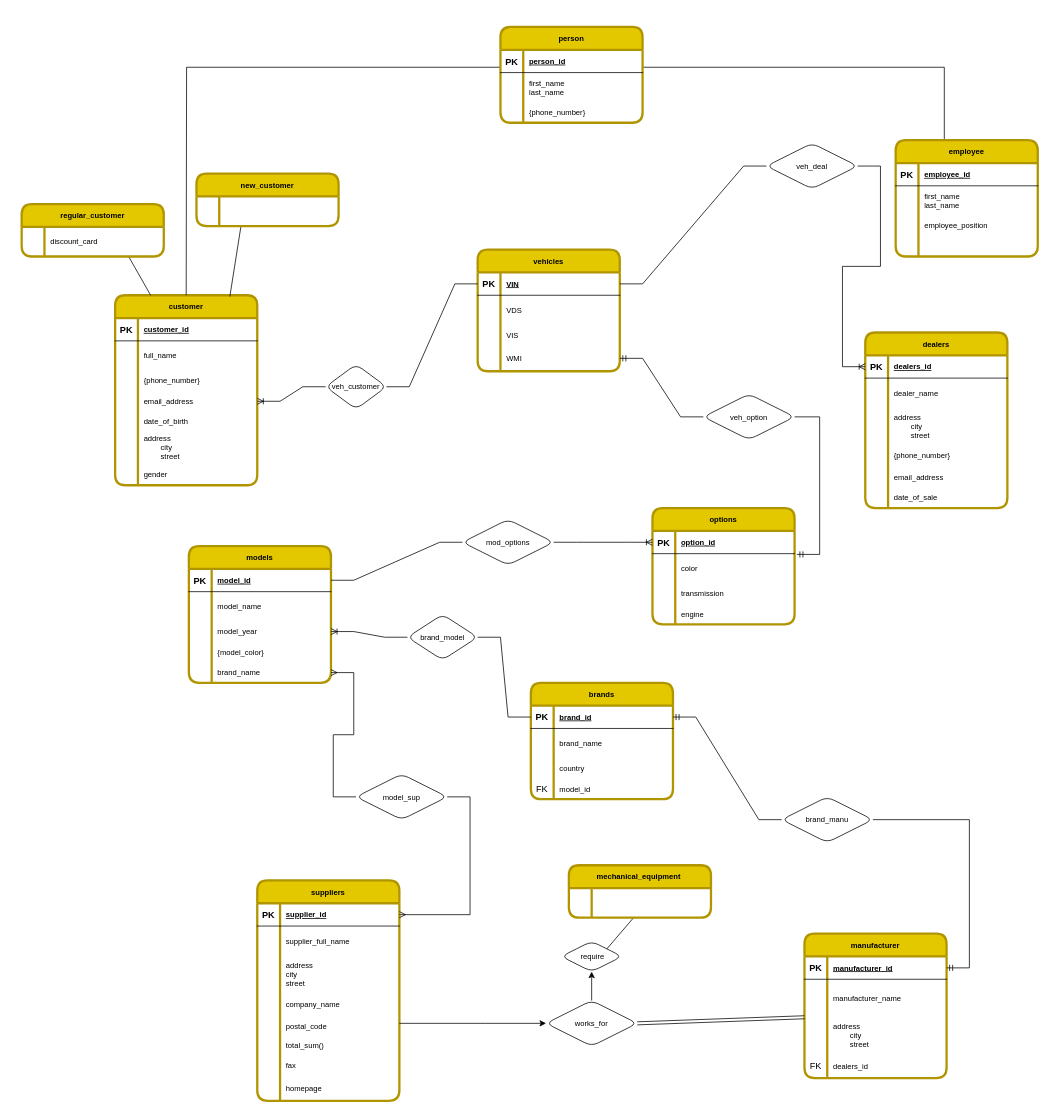
This is Untitled Diagram.drawio from ertaevaaiym1/DATABASES-2021, a draw.io file, before an edit. Source tidied: cells renumbered, new cells numbered last; positions are measured from the earlier drawing's top-left corner, leaving out a move shared by most shapes. Both pictures are drawn from the tidied source at 76%, with x=0, y=0 at pixel (21, 27).
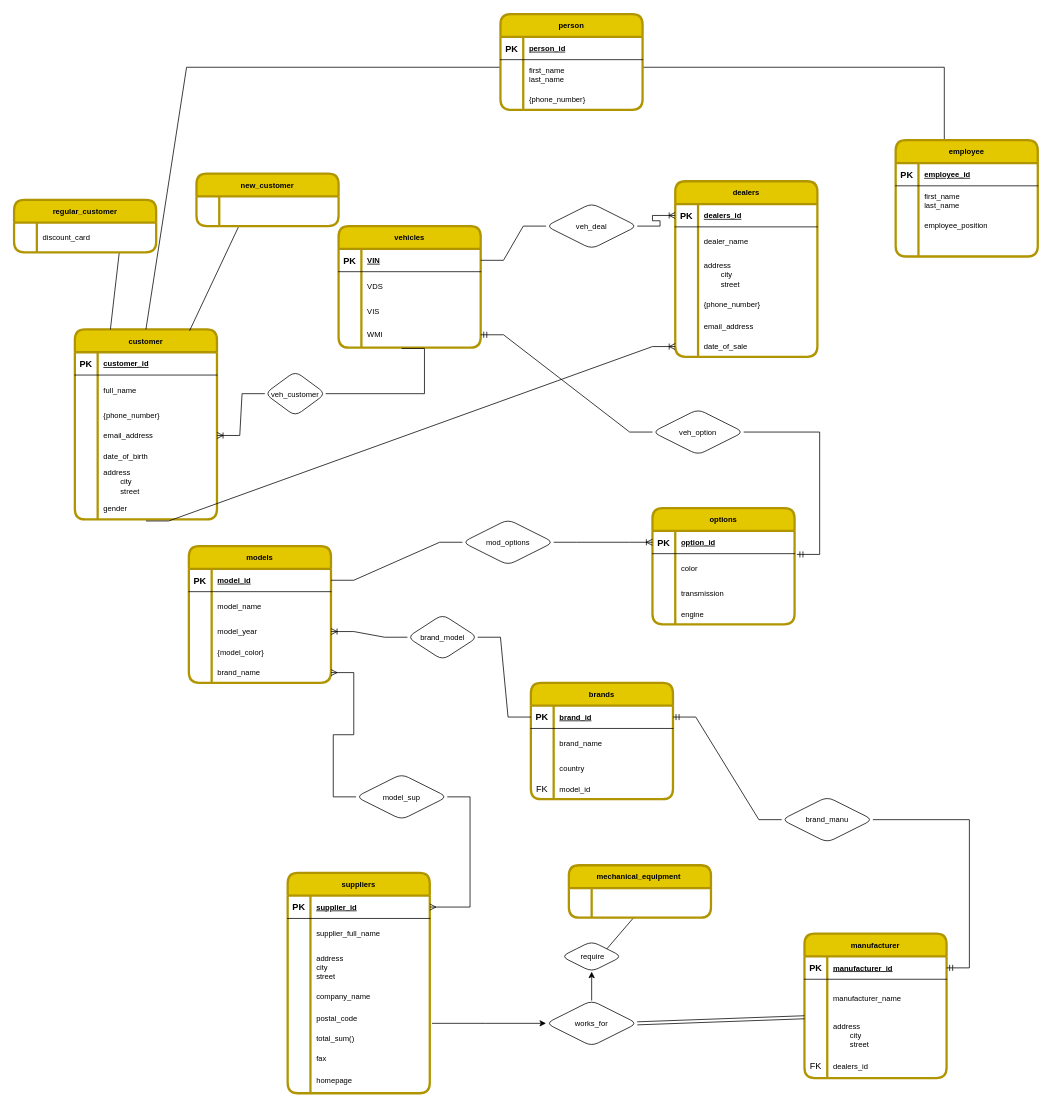
Above is the later version.

Unchanged cells that the change refers to:
```xml
<mxCell id="21" style="shape=partialRectangle;fillColor=none;points=[[0,0.5],[1,0.5]];portConstraint=eastwest;top=0;left=0;right=0;bottom=0;" parent="2" vertex="1">
  <mxGeometry y="221" width="187" height="29" as="geometry" />
</mxCell>
<mxCell id="25" style="shape=partialRectangle;fillColor=none;points=[[0,0.5],[1,0.5]];portConstraint=eastwest;top=0;left=0;right=0;bottom=1;" parent="24" vertex="1">
  <mxGeometry y="30" width="187" height="30" as="geometry" />
</mxCell>
<mxCell id="95" style="shape=partialRectangle;fillColor=none;points=[[0,0.5],[1,0.5]];portConstraint=eastwest;top=0;left=0;right=0;bottom=0;" parent="79" vertex="1">
  <mxGeometry y="204" width="187" height="27" as="geometry" />
</mxCell>
<mxCell id="136" value="works_for" style="shape=rhombus;perimeter=rhombusPerimeter;whiteSpace=wrap;html=1;align=center;rounded=1;shadow=0;labelBackgroundColor=none;sketch=0;fontSize=10;fontColor=default;strokeWidth=1;fillColor=none;gradientColor=none;rotation=0;" parent="1" vertex="1">
  <mxGeometry x="690" y="1281" width="120" height="60" as="geometry" />
</mxCell>
```

Diff of the diagram source:
```diff
@@
     <mxCell id="2" value="customer" style="shape=table;startSize=30;childLayout=tableLayout;rowLines=0;fontStyle=1;align=center;fillColor=#e3c800;strokeColor=#B09500;fontColor=default;strokeWidth=3;perimeterSpacing=0;shadow=0;rounded=1;sketch=0;swimlaneFillColor=default;fontSize=10;labelBackgroundColor=none;horizontal=1;" parent="1" vertex="1">
-      <mxGeometry x="123" y="353" width="187" height="250" as="geometry" />
+      <mxGeometry x="70" y="398" width="187" height="250" as="geometry" />
     </mxCell>
@@
     <mxCell id="24" value="vehicles" style="shape=table;startSize=30;childLayout=tableLayout;rowLines=0;fontStyle=1;align=center;fillColor=#e3c800;strokeColor=#B09500;fontColor=default;strokeWidth=3;perimeterSpacing=0;shadow=0;rounded=1;sketch=0;swimlaneFillColor=default;fontSize=10;labelBackgroundColor=none;horizontal=1;" parent="1" vertex="1">
-      <mxGeometry x="600" y="293" width="187" height="160" as="geometry" />
+      <mxGeometry x="417" y="262" width="187" height="160" as="geometry" />
     </mxCell>
@@
     <mxCell id="79" value="dealers" style="shape=table;startSize=30;childLayout=tableLayout;rowLines=0;fontStyle=1;align=center;fillColor=#e3c800;strokeColor=#B09500;fontColor=default;strokeWidth=3;perimeterSpacing=0;shadow=0;rounded=1;sketch=0;swimlaneFillColor=default;fontSize=10;labelBackgroundColor=none;horizontal=1;" parent="1" vertex="1">
-      <mxGeometry x="1110" y="402" width="187" height="231" as="geometry" />
+      <mxGeometry x="860" y="203" width="187" height="231" as="geometry" />
     </mxCell>
@@
     <mxCell id="98" value="suppliers" style="shape=table;startSize=30;childLayout=tableLayout;rowLines=0;fontStyle=1;align=center;fillColor=#e3c800;strokeColor=#B09500;fontColor=default;strokeWidth=3;perimeterSpacing=0;shadow=0;rounded=1;sketch=0;swimlaneFillColor=default;fontSize=10;labelBackgroundColor=none;horizontal=1;" parent="1" vertex="1">
-      <mxGeometry x="310" y="1123" width="187" height="290" as="geometry" />
+      <mxGeometry x="350" y="1113" width="187" height="290" as="geometry" />
     </mxCell>
@@
     <mxCell id="141" value="veh_customer" style="shape=rhombus;perimeter=rhombusPerimeter;whiteSpace=wrap;html=1;align=center;rounded=1;shadow=0;labelBackgroundColor=none;sketch=0;fontSize=10;fontColor=default;strokeWidth=1;fillColor=none;gradientColor=none;rotation=0;" parent="1" vertex="1">
-      <mxGeometry x="400" y="443.9" width="80" height="59" as="geometry" />
+      <mxGeometry x="320" y="453" width="80" height="59" as="geometry" />
     </mxCell>
-    <mxCell id="142" style="edgeStyle=entityRelationEdgeStyle;fontSize=12;html=1;endArrow=none;rounded=0;fontColor=default;exitX=0;exitY=0.5;exitDx=0;exitDy=0;entryX=1;entryY=0.5;entryDx=0;entryDy=0;" parent="1" edge="1" source="25" target="141">
-      <mxGeometry relative="1" as="geometry" />
+    <mxCell id="142" style="edgeStyle=entityRelationEdgeStyle;fontSize=12;html=1;endArrow=none;rounded=0;fontColor=default;entryX=1;entryY=0.5;entryDx=0;entryDy=0;" parent="1" edge="1" target="141">
+      <mxGeometry relative="1" as="geometry">
+        <mxPoint x="500" y="423" as="sourcePoint" />
+      </mxGeometry>
     </mxCell>
@@
     <mxCell id="153" value="veh_option" style="shape=rhombus;perimeter=rhombusPerimeter;whiteSpace=wrap;html=1;align=center;rounded=1;shadow=0;labelBackgroundColor=none;sketch=0;fontSize=10;fontColor=default;strokeWidth=1;fillColor=none;gradientColor=none;" parent="1" vertex="1">
-      <mxGeometry x="897" y="483" width="120" height="60" as="geometry" />
+      <mxGeometry x="830" y="503" width="120" height="60" as="geometry" />
     </mxCell>
@@
     <mxCell id="156" value="veh_deal" style="shape=rhombus;perimeter=rhombusPerimeter;whiteSpace=wrap;html=1;align=center;rounded=1;shadow=0;labelBackgroundColor=none;sketch=0;fontSize=10;fontColor=default;strokeWidth=1;fillColor=none;gradientColor=none;" parent="1" vertex="1">
-      <mxGeometry x="980" y="153" width="120" height="60" as="geometry" />
+      <mxGeometry x="690" y="232" width="120" height="60" as="geometry" />
     </mxCell>
@@
     <mxCell id="164" value="regular_customer" style="shape=table;startSize=30;childLayout=tableLayout;rowLines=0;fontStyle=1;align=center;fillColor=#e3c800;strokeColor=#B09500;fontColor=default;strokeWidth=3;perimeterSpacing=0;shadow=0;rounded=1;sketch=0;swimlaneFillColor=default;fontSize=10;labelBackgroundColor=none;horizontal=1;" parent="1" vertex="1">
-      <mxGeometry y="233" width="187" height="69" as="geometry" />
+      <mxGeometry x="-10" y="227.5" width="187" height="69" as="geometry" />
     </mxCell>
@@
     <mxCell id="177" style="edgeStyle=elbowEdgeStyle;elbow=vertical;endArrow=classic;html=1;rounded=0;fontSize=10;fontColor=default;entryX=0;entryY=0.5;entryDx=0;entryDy=0;" parent="1" edge="1" target="136">
       <mxGeometry relative="1" as="geometry">
-        <mxPoint x="497" y="1311" as="sourcePoint" />
+        <mxPoint x="540" y="1311" as="sourcePoint" />
         <Array as="points">
           <mxPoint x="610" y="1311" />
         </Array>
       </mxGeometry>
     </mxCell>
@@
     <mxCell id="191" value="person" style="shape=table;startSize=30;childLayout=tableLayout;rowLines=0;fontStyle=1;align=center;fillColor=#e3c800;strokeColor=#B09500;fontColor=default;strokeWidth=3;perimeterSpacing=0;shadow=0;rounded=1;sketch=0;swimlaneFillColor=default;fontSize=10;labelBackgroundColor=none;horizontal=1;" parent="1" vertex="1">
-      <mxGeometry x="630" width="187" height="126" as="geometry" />
+      <mxGeometry x="630" y="-17" width="187" height="126" as="geometry" />
     </mxCell>
@@
+    <mxCell id="201" style="edgeStyle=entityRelationEdgeStyle;fontSize=12;html=1;endArrow=ERoneToMany;rounded=0;exitX=0.5;exitY=1.069;exitDx=0;exitDy=0;exitPerimeter=0;" parent="1" edge="1" source="21" target="95">
+      <mxGeometry relative="1" as="geometry" />
+    </mxCell>
```
